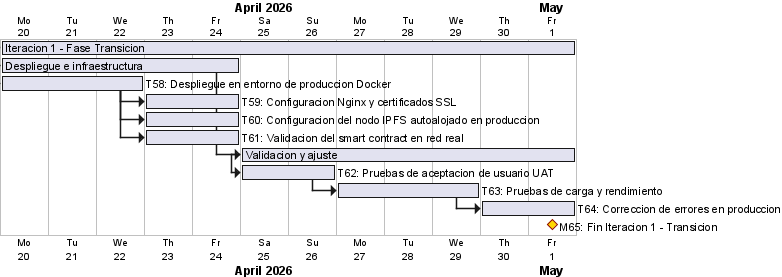
Above: anexos/diagramas/gantt-trans1.png in ErDeivih/DocumentChain (PlantUML), before the change. The source it was exported from:
```plantuml
@startgantt
skinparam backgroundColor White
printscale daily zoom 3
Project starts 2026-04-20

[Iteracion 1 - Fase Transicion] lasts 12 days

[Despliegue e infraestructura] lasts 5 days
[Despliegue e infraestructura] starts at [Iteracion 1 - Fase Transicion]'s start
[T58: Despliegue en entorno de produccion Docker] lasts 3 days
[T58: Despliegue en entorno de produccion Docker] starts at [Despliegue e infraestructura]'s start
[T59: Configuracion Nginx y certificados SSL] lasts 2 days
[T59: Configuracion Nginx y certificados SSL] starts at [T58: Despliegue en entorno de produccion Docker]'s end
[T60: Configuracion del nodo IPFS autoalojado en produccion] lasts 2 days
[T60: Configuracion del nodo IPFS autoalojado en produccion] starts at [T58: Despliegue en entorno de produccion Docker]'s end
[T61: Validacion del smart contract en red real] lasts 2 days
[T61: Validacion del smart contract en red real] starts at [T58: Despliegue en entorno de produccion Docker]'s end

[Validacion y ajuste] lasts 7 days
[Validacion y ajuste] starts at [Despliegue e infraestructura]'s end
[T62: Pruebas de aceptacion de usuario UAT] lasts 2 days
[T62: Pruebas de aceptacion de usuario UAT] starts at [Validacion y ajuste]'s start
[T63: Pruebas de carga y rendimiento] lasts 3 days
[T63: Pruebas de carga y rendimiento] starts at [T62: Pruebas de aceptacion de usuario UAT]'s end
[T64: Correccion de errores en produccion] lasts 2 days
[T64: Correccion de errores en produccion] starts at [T63: Pruebas de carga y rendimiento]'s end

[M65: Fin Iteracion 1 - Transicion] happens at [Iteracion 1 - Fase Transicion]'s end
[M65: Fin Iteracion 1 - Transicion] is colored in Gold/DarkRed
@endgantt
```
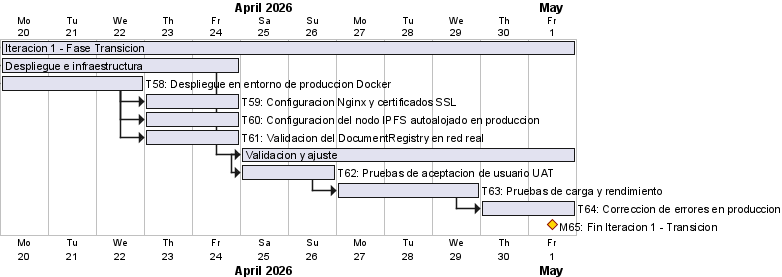
The same file after the commit.

What changed in the source:
```diff
@@ -13,8 +13,8 @@
 [T59: Configuracion Nginx y certificados SSL] starts at [T58: Despliegue en entorno de produccion Docker]'s end
 [T60: Configuracion del nodo IPFS autoalojado en produccion] lasts 2 days
 [T60: Configuracion del nodo IPFS autoalojado en produccion] starts at [T58: Despliegue en entorno de produccion Docker]'s end
-[T61: Validacion del smart contract en red real] lasts 2 days
-[T61: Validacion del smart contract en red real] starts at [T58: Despliegue en entorno de produccion Docker]'s end
+[T61: Validacion del DocumentRegistry en red real] lasts 2 days
+[T61: Validacion del DocumentRegistry en red real] starts at [T58: Despliegue en entorno de produccion Docker]'s end
 
 [Validacion y ajuste] lasts 7 days
 [Validacion y ajuste] starts at [Despliegue e infraestructura]'s end
```
